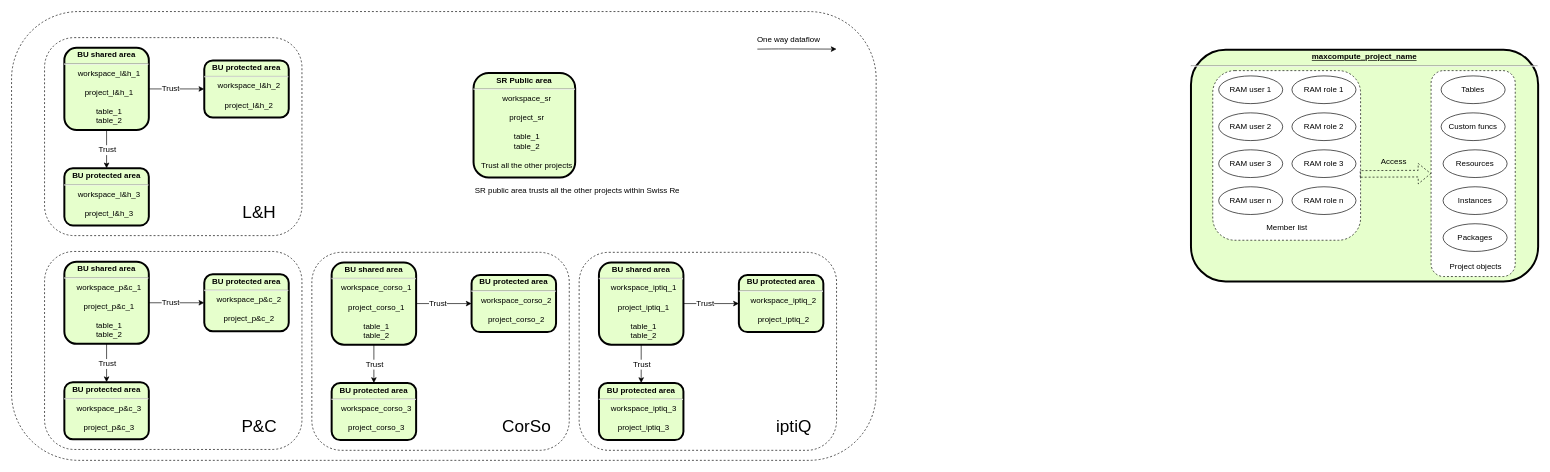
huangdgm/webstore-v2.0 keeps this draw.io diagram as dsad-731.drawio. Above is the earlier version. Source tidied: cells renumbered, new cells numbered last; positions are measured from the earlier drawing's top-left corner, leaving out a move shared by most shapes. Both pictures are drawn from the tidied source at 66%, with x=0, y=0 at pixel (11, 11).
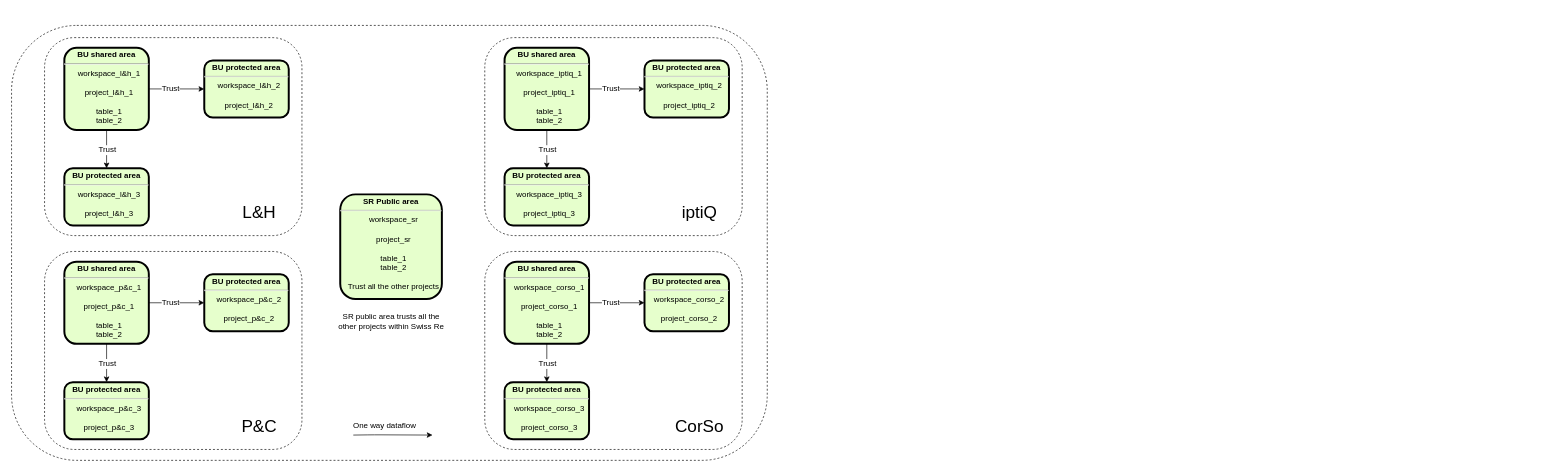
After the change.

What changed in the source:
```diff
@@
     <mxCell id="2" style="rounded=1;whiteSpace=wrap;html=1;fontSize=12;dashed=1;" parent="1" vertex="1">
-      <mxGeometry width="1310" height="680" as="geometry" />
+      <mxGeometry y="21" width="1145" height="659" as="geometry" />
     </mxCell>
-    <mxCell id="3" value="&lt;p style=&quot;margin: 0px ; margin-top: 4px ; text-align: center ; text-decoration: underline&quot;&gt;maxcompute_project_name&lt;/p&gt;&lt;hr&gt;&lt;p style=&quot;margin: 0px ; margin-left: 8px&quot;&gt;&lt;br&gt;&lt;/p&gt;" style="verticalAlign=middle;align=center;overflow=fill;fontSize=12;fontFamily=Helvetica;html=1;rounded=1;fontStyle=1;strokeWidth=3;fillColor=#E6FFCC;" parent="1" vertex="1">
-      <mxGeometry x="1787" y="58" width="526" height="351" as="geometry" />
-    </mxCell>
-    <mxCell id="4" style="rounded=1;whiteSpace=wrap;html=1;dashed=1;" parent="1" vertex="1">
-      <mxGeometry x="2150.8" y="89.5" width="127.5" height="312" as="geometry" />
-    </mxCell>
-    <mxCell id="5" style="rounded=1;whiteSpace=wrap;html=1;dashed=1;" parent="1" vertex="1">
-      <mxGeometry x="1820" y="89.5" width="224" height="257" as="geometry" />
-    </mxCell>
     <mxCell id="6" style="rounded=1;whiteSpace=wrap;html=1;dashed=1;" parent="1" vertex="1">
-      <mxGeometry x="860" y="364.8" width="390" height="300" as="geometry" />
+      <mxGeometry x="717" y="39.5" width="390" height="300" as="geometry" />
     </mxCell>
     <mxCell id="7" value="&lt;p style=&quot;margin: 4px 0px 0px&quot;&gt;BU shared area&lt;/p&gt;&lt;hr&gt;&lt;p style=&quot;margin: 0px ; margin-left: 8px&quot;&gt;&lt;span style=&quot;font-weight: 400&quot;&gt;workspace_iptiq_1&lt;/span&gt;&lt;br&gt;&lt;/p&gt;&lt;p style=&quot;margin: 0px ; margin-left: 8px&quot;&gt;&lt;span style=&quot;font-weight: 400&quot;&gt;&lt;br&gt;&lt;/span&gt;&lt;/p&gt;&lt;p style=&quot;margin: 0px ; margin-left: 8px&quot;&gt;&lt;span style=&quot;font-weight: normal&quot;&gt;project_iptiq_1&lt;/span&gt;&lt;/p&gt;&lt;p style=&quot;margin: 0px ; margin-left: 8px&quot;&gt;&lt;span style=&quot;font-weight: normal&quot;&gt;&lt;br&gt;&lt;/span&gt;&lt;/p&gt;&lt;p style=&quot;margin: 0px ; margin-left: 8px&quot;&gt;&lt;span style=&quot;font-weight: normal&quot;&gt;table_1&lt;/span&gt;&lt;/p&gt;&lt;p style=&quot;margin: 0px ; margin-left: 8px&quot;&gt;&lt;span style=&quot;font-weight: normal&quot;&gt;table_2&lt;/span&gt;&lt;/p&gt;" style="verticalAlign=middle;align=center;overflow=fill;fontSize=12;fontFamily=Helvetica;html=1;rounded=1;fontStyle=1;strokeWidth=3;fillColor=#E6FFCC;" parent="1" vertex="1">
-      <mxGeometry x="890" y="380.2" width="128" height="124.5" as="geometry" />
+      <mxGeometry x="747" y="55" width="128" height="124.5" as="geometry" />
     </mxCell>
     <mxCell id="8" value="iptiQ" style="text;html=1;align=center;verticalAlign=middle;strokeWidth=1;fontSize=26;" parent="1" vertex="1">
-      <mxGeometry x="1150" y="609.2" width="70" height="40" as="geometry" />
+      <mxGeometry x="1007" y="284" width="70" height="40" as="geometry" />
     </mxCell>
     <mxCell id="9" style="endArrow=classic;html=1;fontSize=20;" parent="1" edge="1">
       <mxGeometry relative="1" as="geometry">
-        <mxPoint x="1130" y="56.9" as="sourcePoint" />
-        <mxPoint x="1250" y="56.9" as="targetPoint" />
+        <mxPoint x="517.8" y="641.7" as="sourcePoint" />
+        <mxPoint x="637.8" y="641.7" as="targetPoint" />
         <Array as="points">
-          <mxPoint x="1162" y="56.6" />
+          <mxPoint x="549.8" y="641.3" />
         </Array>
       </mxGeometry>
     </mxCell>
     <mxCell id="10" value="&lt;font style=&quot;font-size: 12px&quot;&gt;One way dataflow&lt;/font&gt;" style="text;html=1;align=center;verticalAlign=middle;fontSize=20;" parent="1" vertex="1">
-      <mxGeometry x="1124.5" y="23.2" width="105" height="31" as="geometry" />
+      <mxGeometry x="512.2" y="608" width="105" height="31" as="geometry" />
     </mxCell>
     <mxCell id="11" value="&lt;p style=&quot;margin: 4px 0px 0px ; text-align: center&quot;&gt;SR Public area&lt;/p&gt;&lt;hr&gt;&lt;p style=&quot;margin: 0px ; margin-left: 8px&quot;&gt;&lt;span style=&quot;font-weight: normal&quot;&gt;workspace_sr&lt;/span&gt;&lt;br&gt;&lt;/p&gt;&lt;p style=&quot;margin: 0px ; margin-left: 8px&quot;&gt;&lt;br&gt;&lt;/p&gt;&lt;p style=&quot;margin: 0px ; margin-left: 8px&quot;&gt;&lt;span style=&quot;font-weight: normal&quot;&gt;project_sr&lt;/span&gt;&lt;/p&gt;&lt;p style=&quot;margin: 0px ; margin-left: 8px&quot;&gt;&lt;br&gt;&lt;/p&gt;&lt;p style=&quot;margin: 0px ; margin-left: 8px&quot;&gt;&lt;span style=&quot;font-weight: normal&quot;&gt;table_1&lt;/span&gt;&lt;/p&gt;&lt;p style=&quot;margin: 0px ; margin-left: 8px&quot;&gt;&lt;span style=&quot;font-weight: normal&quot;&gt;table_2&lt;/span&gt;&lt;/p&gt;&lt;p style=&quot;margin: 0px ; margin-left: 8px&quot;&gt;&lt;span style=&quot;font-weight: normal&quot;&gt;&lt;br&gt;&lt;/span&gt;&lt;/p&gt;&lt;p style=&quot;margin: 0px ; margin-left: 8px&quot;&gt;&lt;span style=&quot;font-weight: normal&quot;&gt;Trust all the other projects&lt;/span&gt;&lt;/p&gt;" style="verticalAlign=middle;align=center;overflow=fill;fontSize=12;fontFamily=Helvetica;html=1;rounded=1;fontStyle=1;strokeWidth=3;fillColor=#E6FFCC;" parent="1" vertex="1">
-      <mxGeometry x="700" y="93" width="154" height="158.5" as="geometry" />
+      <mxGeometry x="498" y="277" width="154" height="158.5" as="geometry" />
     </mxCell>
-    <mxCell id="12" value="RAM user 3" style="ellipse;whiteSpace=wrap;html=1;" parent="1" vertex="1">
-      <mxGeometry x="1829" y="209.5" width="97" height="42" as="geometry" />
-    </mxCell>
-    <mxCell id="13" value="RAM user 2" style="ellipse;whiteSpace=wrap;html=1;" parent="1" vertex="1">
-      <mxGeometry x="1829" y="153.5" width="97" height="42" as="geometry" />
-    </mxCell>
-    <mxCell id="14" value="RAM user 1" style="ellipse;whiteSpace=wrap;html=1;" parent="1" vertex="1">
-      <mxGeometry x="1829" y="97.5" width="97" height="42" as="geometry" />
-    </mxCell>
-    <mxCell id="15" value="RAM role 3" style="ellipse;whiteSpace=wrap;html=1;" parent="1" vertex="1">
-      <mxGeometry x="1940" y="209.5" width="97" height="42" as="geometry" />
-    </mxCell>
-    <mxCell id="16" value="RAM role 2" style="ellipse;whiteSpace=wrap;html=1;" parent="1" vertex="1">
-      <mxGeometry x="1940" y="153.5" width="97" height="42" as="geometry" />
-    </mxCell>
-    <mxCell id="17" value="RAM role 1" style="ellipse;whiteSpace=wrap;html=1;" parent="1" vertex="1">
-      <mxGeometry x="1940" y="97.5" width="97" height="42" as="geometry" />
-    </mxCell>
-    <mxCell id="18" value="RAM user n" style="ellipse;whiteSpace=wrap;html=1;" parent="1" vertex="1">
-      <mxGeometry x="1829" y="265.5" width="97" height="42" as="geometry" />
-    </mxCell>
-    <mxCell id="19" value="RAM role n" style="ellipse;whiteSpace=wrap;html=1;" parent="1" vertex="1">
-      <mxGeometry x="1940" y="265.5" width="97" height="42" as="geometry" />
-    </mxCell>
-    <mxCell id="20" value="Tables" style="ellipse;whiteSpace=wrap;html=1;" parent="1" vertex="1">
-      <mxGeometry x="2166" y="97.5" width="97" height="42" as="geometry" />
-    </mxCell>
-    <mxCell id="21" value="Custom funcs" style="ellipse;whiteSpace=wrap;html=1;" parent="1" vertex="1">
-      <mxGeometry x="2166" y="153.5" width="97" height="42" as="geometry" />
-    </mxCell>
-    <mxCell id="22" value="Resources" style="ellipse;whiteSpace=wrap;html=1;" parent="1" vertex="1">
-      <mxGeometry x="2169" y="209.5" width="97" height="42" as="geometry" />
-    </mxCell>
-    <mxCell id="23" value="Instances" style="ellipse;whiteSpace=wrap;html=1;" parent="1" vertex="1">
-      <mxGeometry x="2169" y="265.5" width="97" height="42" as="geometry" />
-    </mxCell>
-    <mxCell id="24" value="Packages" style="ellipse;whiteSpace=wrap;html=1;" parent="1" vertex="1">
-      <mxGeometry x="2169" y="321.5" width="97" height="42" as="geometry" />
-    </mxCell>
-    <mxCell id="25" value="Member list" style="text;html=1;align=center;verticalAlign=middle;" parent="1" vertex="1">
-      <mxGeometry x="1896" y="318.5" width="72" height="18" as="geometry" />
-    </mxCell>
-    <mxCell id="26" value="Project objects" style="text;html=1;align=center;verticalAlign=middle;" parent="1" vertex="1">
-      <mxGeometry x="2173" y="377.5" width="89" height="18" as="geometry" />
-    </mxCell>
-    <mxCell id="27" style="shape=flexArrow;endArrow=classic;html=1;entryX=0;entryY=0.5;entryDx=0;entryDy=0;dashed=1;" parent="1" edge="1" target="4">
-      <mxGeometry relative="1" as="geometry">
-        <mxPoint x="2043" y="246" as="sourcePoint" />
-      </mxGeometry>
-    </mxCell>
-    <mxCell id="28" value="Access" style="text;html=1;align=center;verticalAlign=middle;" parent="1" vertex="1">
-      <mxGeometry x="2069" y="219" width="49" height="18" as="geometry" />
-    </mxCell>
     <mxCell id="29" value="&lt;p style=&quot;margin: 4px 0px 0px&quot;&gt;BU protected area&lt;/p&gt;&lt;hr&gt;&lt;p style=&quot;margin: 0px ; margin-left: 8px&quot;&gt;&lt;span style=&quot;font-weight: 400&quot;&gt;workspace_iptiq_2&lt;/span&gt;&lt;br&gt;&lt;/p&gt;&lt;p style=&quot;margin: 0px ; margin-left: 8px&quot;&gt;&lt;span style=&quot;font-weight: 400&quot;&gt;&lt;br&gt;&lt;/span&gt;&lt;/p&gt;&lt;p style=&quot;margin: 0px ; margin-left: 8px&quot;&gt;&lt;span style=&quot;font-weight: normal&quot;&gt;project_iptiq_2&lt;/span&gt;&lt;/p&gt;" style="verticalAlign=middle;align=center;overflow=fill;fontSize=12;fontFamily=Helvetica;html=1;rounded=1;fontStyle=1;strokeWidth=3;fillColor=#E6FFCC;" parent="1" vertex="1">
-      <mxGeometry x="1102" y="399.2" width="128" height="86.5" as="geometry" />
+      <mxGeometry x="959" y="74" width="128" height="86.5" as="geometry" />
     </mxCell>
     <mxCell id="30" value="&lt;p style=&quot;margin: 4px 0px 0px&quot;&gt;BU protected area&lt;/p&gt;&lt;hr&gt;&lt;p style=&quot;margin: 0px ; margin-left: 8px&quot;&gt;&lt;span style=&quot;font-weight: 400&quot;&gt;workspace_iptiq_3&lt;/span&gt;&lt;br&gt;&lt;/p&gt;&lt;p style=&quot;margin: 0px ; margin-left: 8px&quot;&gt;&lt;span style=&quot;font-weight: 400&quot;&gt;&lt;br&gt;&lt;/span&gt;&lt;/p&gt;&lt;p style=&quot;margin: 0px ; margin-left: 8px&quot;&gt;&lt;span style=&quot;font-weight: normal&quot;&gt;project_iptiq_3&lt;/span&gt;&lt;/p&gt;" style="verticalAlign=middle;align=center;overflow=fill;fontSize=12;fontFamily=Helvetica;html=1;rounded=1;fontStyle=1;strokeWidth=3;fillColor=#E6FFCC;" parent="1" vertex="1">
-      <mxGeometry x="890" y="562.8" width="128" height="86.5" as="geometry" />
+      <mxGeometry x="747" y="237.5" width="128" height="86.5" as="geometry" />
     </mxCell>
@@
     <mxCell id="53" style="rounded=1;whiteSpace=wrap;html=1;dashed=1;" parent="1" vertex="1">
-      <mxGeometry x="455" y="364.8" width="390" height="300" as="geometry" />
+      <mxGeometry x="717" y="363.5" width="390" height="300" as="geometry" />
     </mxCell>
     <mxCell id="54" value="&lt;p style=&quot;margin: 4px 0px 0px&quot;&gt;BU shared area&lt;/p&gt;&lt;hr&gt;&lt;p style=&quot;margin: 0px ; margin-left: 8px&quot;&gt;&lt;span style=&quot;font-weight: 400&quot;&gt;workspace_corso_1&lt;/span&gt;&lt;br&gt;&lt;/p&gt;&lt;p style=&quot;margin: 0px ; margin-left: 8px&quot;&gt;&lt;span style=&quot;font-weight: 400&quot;&gt;&lt;br&gt;&lt;/span&gt;&lt;/p&gt;&lt;p style=&quot;margin: 0px ; margin-left: 8px&quot;&gt;&lt;span style=&quot;font-weight: normal&quot;&gt;project_corso_1&lt;/span&gt;&lt;/p&gt;&lt;p style=&quot;margin: 0px ; margin-left: 8px&quot;&gt;&lt;span style=&quot;font-weight: normal&quot;&gt;&lt;br&gt;&lt;/span&gt;&lt;/p&gt;&lt;p style=&quot;margin: 0px ; margin-left: 8px&quot;&gt;&lt;span style=&quot;font-weight: normal&quot;&gt;table_1&lt;/span&gt;&lt;/p&gt;&lt;p style=&quot;margin: 0px ; margin-left: 8px&quot;&gt;&lt;span style=&quot;font-weight: normal&quot;&gt;table_2&lt;/span&gt;&lt;/p&gt;" style="verticalAlign=middle;align=center;overflow=fill;fontSize=12;fontFamily=Helvetica;html=1;rounded=1;fontStyle=1;strokeWidth=3;fillColor=#E6FFCC;" parent="1" vertex="1">
-      <mxGeometry x="485" y="380.2" width="128" height="124.5" as="geometry" />
+      <mxGeometry x="747" y="379" width="128" height="124.5" as="geometry" />
     </mxCell>
     <mxCell id="55" value="CorSo" style="text;html=1;align=center;verticalAlign=middle;strokeWidth=1;fontSize=26;" parent="1" vertex="1">
-      <mxGeometry x="735" y="609.2" width="90" height="40" as="geometry" />
+      <mxGeometry x="997" y="608" width="90" height="40" as="geometry" />
     </mxCell>
     <mxCell id="56" value="&lt;p style=&quot;margin: 4px 0px 0px&quot;&gt;BU protected area&lt;/p&gt;&lt;hr&gt;&lt;p style=&quot;margin: 0px ; margin-left: 8px&quot;&gt;&lt;span style=&quot;font-weight: 400&quot;&gt;workspace_corso_2&lt;/span&gt;&lt;br&gt;&lt;/p&gt;&lt;p style=&quot;margin: 0px ; margin-left: 8px&quot;&gt;&lt;span style=&quot;font-weight: 400&quot;&gt;&lt;br&gt;&lt;/span&gt;&lt;/p&gt;&lt;p style=&quot;margin: 0px ; margin-left: 8px&quot;&gt;&lt;span style=&quot;font-weight: normal&quot;&gt;project_corso_2&lt;/span&gt;&lt;/p&gt;" style="verticalAlign=middle;align=center;overflow=fill;fontSize=12;fontFamily=Helvetica;html=1;rounded=1;fontStyle=1;strokeWidth=3;fillColor=#E6FFCC;" parent="1" vertex="1">
-      <mxGeometry x="697" y="399.2" width="128" height="86.5" as="geometry" />
+      <mxGeometry x="959" y="398" width="128" height="86.5" as="geometry" />
     </mxCell>
     <mxCell id="57" value="&lt;p style=&quot;margin: 4px 0px 0px&quot;&gt;BU protected area&lt;/p&gt;&lt;hr&gt;&lt;p style=&quot;margin: 0px ; margin-left: 8px&quot;&gt;&lt;span style=&quot;font-weight: 400&quot;&gt;workspace_corso_3&lt;/span&gt;&lt;br&gt;&lt;/p&gt;&lt;p style=&quot;margin: 0px ; margin-left: 8px&quot;&gt;&lt;span style=&quot;font-weight: 400&quot;&gt;&lt;br&gt;&lt;/span&gt;&lt;/p&gt;&lt;p style=&quot;margin: 0px ; margin-left: 8px&quot;&gt;&lt;span style=&quot;font-weight: normal&quot;&gt;project_corso_3&lt;/span&gt;&lt;/p&gt;" style="verticalAlign=middle;align=center;overflow=fill;fontSize=12;fontFamily=Helvetica;html=1;rounded=1;fontStyle=1;strokeWidth=3;fillColor=#E6FFCC;" parent="1" vertex="1">
-      <mxGeometry x="485" y="562.8" width="128" height="86.5" as="geometry" />
+      <mxGeometry x="747" y="561.5" width="128" height="86.5" as="geometry" />
     </mxCell>
@@
-    <mxCell id="62" value="SR public area trusts all the other projects within Swiss Re" style="text;html=1;align=center;verticalAlign=middle;" parent="1" vertex="1">
-      <mxGeometry x="697" y="263" width="320" height="18" as="geometry" />
+    <mxCell id="62" value="SR public area trusts all the &lt;br&gt;other projects within Swiss Re" style="text;html=1;align=center;verticalAlign=middle;" parent="1" vertex="1">
+      <mxGeometry x="490" y="452.5" width="170" height="32" as="geometry" />
     </mxCell>
```
